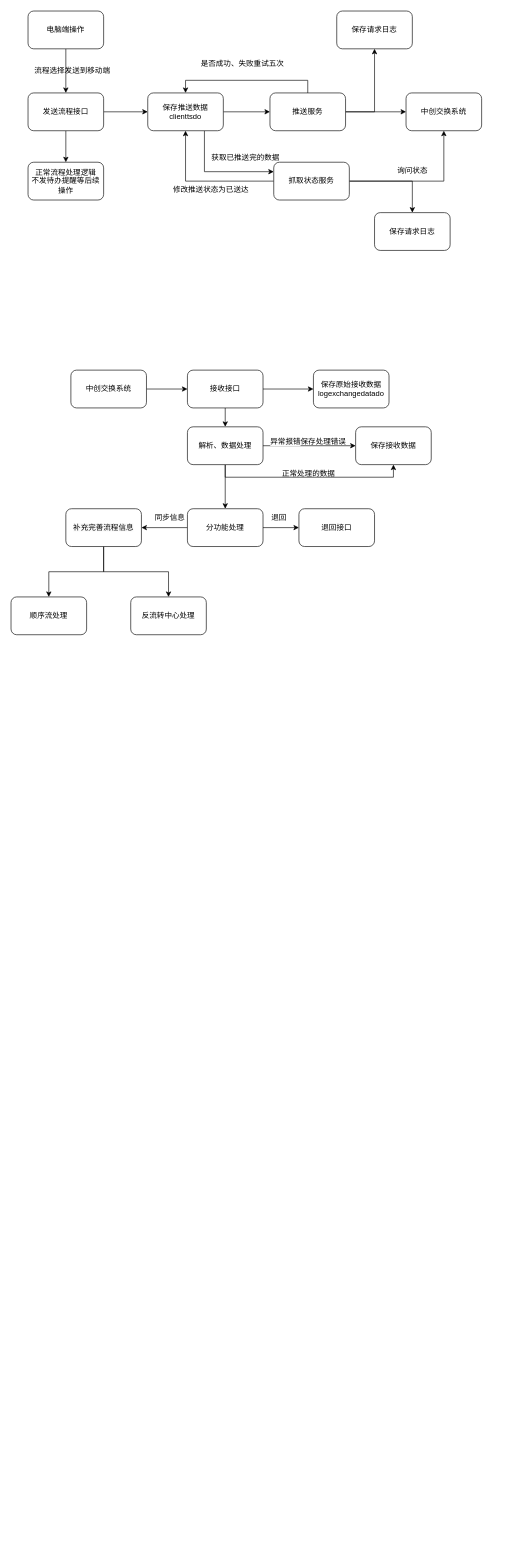
Above: 交互.drawio in LSS9/ForgettingCurve (draw.io), before the change. Source tidied: cells renumbered, new cells numbered last; positions are measured from the earlier drawing's top-left corner, leaving out a move shared by most shapes. Both pictures are drawn from the tidied source at 63%, with x=0, y=0 at pixel (11, 11).
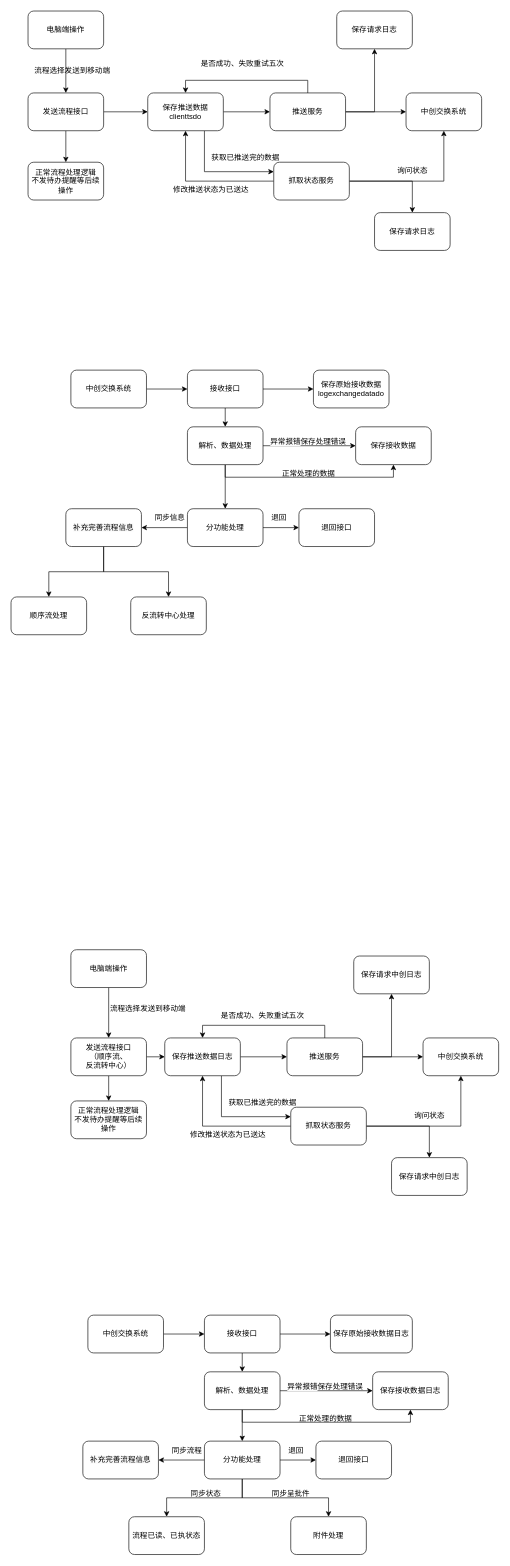
After the change.

Change to the diagram source:
```diff
@@
+    <mxCell id="51" style="edgeStyle=orthogonalEdgeStyle;rounded=0;jettySize=auto;html=1;exitX=1;exitY=0.5;exitDx=0;exitDy=0;entryX=0;entryY=0.5;entryDx=0;entryDy=0;" parent="1" edge="1" source="53" target="60">
+      <mxGeometry relative="1" as="geometry" />
+    </mxCell>
+    <mxCell id="52" style="edgeStyle=orthogonalEdgeStyle;rounded=0;jettySize=auto;html=1;exitX=0.5;exitY=1;exitDx=0;exitDy=0;entryX=0.5;entryY=0;entryDx=0;entryDy=0;" parent="1" edge="1" source="53" target="54">
+      <mxGeometry relative="1" as="geometry" />
+    </mxCell>
+    <mxCell id="53" value="发送流程接口&lt;br&gt;（顺序流、&lt;br&gt;反流转中心）" style="rounded=1;whiteSpace=wrap;html=1;" parent="1" vertex="1">
+      <mxGeometry x="95" y="1630" width="120" height="60" as="geometry" />
+    </mxCell>
+    <mxCell id="54" value="正常流程处理逻辑&lt;br&gt;不发待办提醒等后续操作" style="rounded=1;whiteSpace=wrap;html=1;" parent="1" vertex="1">
+      <mxGeometry x="95" y="1730" width="120" height="60" as="geometry" />
+    </mxCell>
+    <mxCell id="55" style="edgeStyle=orthogonalEdgeStyle;rounded=0;jettySize=auto;html=1;exitX=0.5;exitY=1;exitDx=0;exitDy=0;entryX=0.5;entryY=0;entryDx=0;entryDy=0;" parent="1" edge="1" source="56" target="53">
+      <mxGeometry relative="1" as="geometry" />
+    </mxCell>
+    <mxCell id="56" value="电脑端操作" style="rounded=1;whiteSpace=wrap;html=1;" parent="1" vertex="1">
+      <mxGeometry x="95" y="1490" width="120" height="60" as="geometry" />
+    </mxCell>
+    <mxCell id="57" value="保存原始接收数据日志" style="rounded=1;whiteSpace=wrap;html=1;" parent="1" vertex="1">
+      <mxGeometry x="507" y="2070" width="130" height="60" as="geometry" />
+    </mxCell>
+    <mxCell id="58" style="edgeStyle=orthogonalEdgeStyle;rounded=0;jettySize=auto;html=1;exitX=1;exitY=0.5;exitDx=0;exitDy=0;entryX=0;entryY=0.5;entryDx=0;entryDy=0;" parent="1" edge="1" source="60" target="64">
+      <mxGeometry relative="1" as="geometry" />
+    </mxCell>
+    <mxCell id="59" style="edgeStyle=orthogonalEdgeStyle;rounded=0;jettySize=auto;html=1;exitX=0.75;exitY=1;exitDx=0;exitDy=0;entryX=0;entryY=0.25;entryDx=0;entryDy=0;" parent="1" edge="1" source="60" target="80">
+      <mxGeometry relative="1" as="geometry" />
+    </mxCell>
+    <mxCell id="60" value="保存推送数据日志" style="rounded=1;whiteSpace=wrap;html=1;" parent="1" vertex="1">
+      <mxGeometry x="244" y="1630" width="120" height="60" as="geometry" />
+    </mxCell>
+    <mxCell id="61" style="edgeStyle=orthogonalEdgeStyle;rounded=0;jettySize=auto;html=1;exitX=1;exitY=0.5;exitDx=0;exitDy=0;entryX=0;entryY=0.5;entryDx=0;entryDy=0;" parent="1" edge="1" source="64" target="65">
+      <mxGeometry relative="1" as="geometry" />
+    </mxCell>
+    <mxCell id="62" style="edgeStyle=orthogonalEdgeStyle;rounded=0;jettySize=auto;html=1;exitX=1;exitY=0.5;exitDx=0;exitDy=0;entryX=0.5;entryY=1;entryDx=0;entryDy=0;" parent="1" edge="1" source="64" target="76">
+      <mxGeometry relative="1" as="geometry" />
+    </mxCell>
+    <mxCell id="63" style="edgeStyle=orthogonalEdgeStyle;rounded=0;jettySize=auto;html=1;exitX=0.5;exitY=0;exitDx=0;exitDy=0;entryX=0.5;entryY=0;entryDx=0;entryDy=0;" parent="1" edge="1" source="64" target="60">
+      <mxGeometry relative="1" as="geometry" />
+    </mxCell>
+    <mxCell id="64" value="推送服务" style="rounded=1;whiteSpace=wrap;html=1;" parent="1" vertex="1">
+      <mxGeometry x="438" y="1630" width="120" height="60" as="geometry" />
+    </mxCell>
+    <mxCell id="65" value="中创交换系统" style="rounded=1;whiteSpace=wrap;html=1;" parent="1" vertex="1">
+      <mxGeometry x="654" y="1630" width="120" height="60" as="geometry" />
+    </mxCell>
+    <mxCell id="66" style="edgeStyle=orthogonalEdgeStyle;rounded=0;jettySize=auto;html=1;exitX=1;exitY=0.5;exitDx=0;exitDy=0;entryX=0;entryY=0.5;entryDx=0;entryDy=0;" parent="1" edge="1" source="68" target="57">
+      <mxGeometry relative="1" as="geometry" />
+    </mxCell>
+    <mxCell id="67" style="edgeStyle=orthogonalEdgeStyle;rounded=0;jettySize=auto;html=1;exitX=0.5;exitY=1;exitDx=0;exitDy=0;entryX=0.5;entryY=0;entryDx=0;entryDy=0;" parent="1" edge="1" source="68" target="73">
+      <mxGeometry relative="1" as="geometry" />
+    </mxCell>
+    <mxCell id="68" value="接收接口" style="rounded=1;whiteSpace=wrap;html=1;" parent="1" vertex="1">
+      <mxGeometry x="307" y="2070" width="120" height="60" as="geometry" />
+    </mxCell>
+    <mxCell id="69" value="流程选择发送到移动端" style="text;html=1;align=center;verticalAlign=middle;strokeColor=none;fillColor=none;" parent="1" vertex="1">
+      <mxGeometry x="147" y="1568" width="140" height="30" as="geometry" />
+    </mxCell>
+    <mxCell id="70" style="edgeStyle=orthogonalEdgeStyle;rounded=0;jettySize=auto;html=1;exitX=1;exitY=0.5;exitDx=0;exitDy=0;" parent="1" edge="1" source="73" target="88">
+      <mxGeometry relative="1" as="geometry" />
+    </mxCell>
+    <mxCell id="71" style="edgeStyle=orthogonalEdgeStyle;rounded=0;jettySize=auto;html=1;exitX=0.5;exitY=1;exitDx=0;exitDy=0;entryX=0.5;entryY=1;entryDx=0;entryDy=0;" parent="1" edge="1" source="73" target="88">
+      <mxGeometry relative="1" as="geometry" />
+    </mxCell>
+    <mxCell id="72" style="edgeStyle=orthogonalEdgeStyle;rounded=0;jettySize=auto;html=1;exitX=0.5;exitY=1;exitDx=0;exitDy=0;" parent="1" edge="1" source="73" target="94">
+      <mxGeometry relative="1" as="geometry" />
+    </mxCell>
+    <mxCell id="73" value="解析、数据处理" style="rounded=1;whiteSpace=wrap;html=1;" parent="1" vertex="1">
+      <mxGeometry x="307" y="2160" width="120" height="60" as="geometry" />
+    </mxCell>
+    <mxCell id="74" value="&lt;span style=&quot;color: rgb(0, 0, 0); font-family: Helvetica; font-size: 12px; font-style: normal; font-variant-ligatures: normal; font-variant-caps: normal; font-weight: 400; letter-spacing: normal; orphans: 2; text-align: center; text-indent: 0px; text-transform: none; widows: 2; word-spacing: 0px; -webkit-text-stroke-width: 0px; background-color: rgb(251, 251, 251); text-decoration-thickness: initial; text-decoration-style: initial; text-decoration-color: initial; float: none; display: inline !important;&quot;&gt;异常报错&lt;/span&gt;保存处理错误" style="text;whiteSpace=wrap;html=1;" parent="1" vertex="1">
+      <mxGeometry x="437" y="2170" width="147" height="40" as="geometry" />
+    </mxCell>
+    <mxCell id="75" value="&lt;span style=&quot;color: rgb(0, 0, 0); font-family: Helvetica; font-size: 12px; font-style: normal; font-variant-ligatures: normal; font-variant-caps: normal; font-weight: 400; letter-spacing: normal; orphans: 2; text-align: center; text-indent: 0px; text-transform: none; widows: 2; word-spacing: 0px; -webkit-text-stroke-width: 0px; background-color: rgb(251, 251, 251); text-decoration-thickness: initial; text-decoration-style: initial; text-decoration-color: initial; float: none; display: inline !important;&quot;&gt;补充完善流程信息&lt;/span&gt;" style="rounded=1;whiteSpace=wrap;html=1;" parent="1" vertex="1">
+      <mxGeometry x="114" y="2270" width="120" height="60" as="geometry" />
+    </mxCell>
+    <mxCell id="76" value="保存请求中创&lt;span style=&quot;background-color: initial;&quot;&gt;日志&lt;/span&gt;" style="rounded=1;whiteSpace=wrap;html=1;" parent="1" vertex="1">
+      <mxGeometry x="544" y="1500" width="120" height="60" as="geometry" />
+    </mxCell>
+    <mxCell id="77" style="edgeStyle=orthogonalEdgeStyle;rounded=0;jettySize=auto;html=1;exitX=1;exitY=0.5;exitDx=0;exitDy=0;entryX=0.5;entryY=1;entryDx=0;entryDy=0;" parent="1" edge="1" source="80" target="65">
+      <mxGeometry relative="1" as="geometry" />
+    </mxCell>
+    <mxCell id="78" style="edgeStyle=orthogonalEdgeStyle;rounded=0;jettySize=auto;html=1;exitX=0;exitY=0.5;exitDx=0;exitDy=0;entryX=0.5;entryY=1;entryDx=0;entryDy=0;" parent="1" edge="1" source="80" target="60">
+      <mxGeometry relative="1" as="geometry" />
+    </mxCell>
+    <mxCell id="79" style="edgeStyle=orthogonalEdgeStyle;rounded=0;jettySize=auto;html=1;exitX=1;exitY=0.5;exitDx=0;exitDy=0;entryX=0.5;entryY=0;entryDx=0;entryDy=0;" parent="1" edge="1" source="80" target="87">
+      <mxGeometry relative="1" as="geometry" />
+    </mxCell>
+    <mxCell id="80" value="抓取状态服务" style="rounded=1;whiteSpace=wrap;html=1;" parent="1" vertex="1">
+      <mxGeometry x="444" y="1740" width="120" height="60" as="geometry" />
+    </mxCell>
+    <mxCell id="81" value="询问状态" style="text;html=1;align=center;verticalAlign=middle;strokeColor=none;fillColor=none;" parent="1" vertex="1">
+      <mxGeometry x="629" y="1738" width="70" height="30" as="geometry" />
+    </mxCell>
+    <mxCell id="82" value="获取已推送完的数据" style="text;html=1;align=center;verticalAlign=middle;strokeColor=none;fillColor=none;" parent="1" vertex="1">
+      <mxGeometry x="334" y="1718" width="130" height="30" as="geometry" />
+    </mxCell>
+    <mxCell id="83" value="修改推送状态为已送达" style="text;html=1;align=center;verticalAlign=middle;strokeColor=none;fillColor=none;" parent="1" vertex="1">
+      <mxGeometry x="274" y="1768" width="140" height="30" as="geometry" />
+    </mxCell>
+    <mxCell id="84" value="是否成功、失败重试五次" style="text;html=1;align=center;verticalAlign=middle;strokeColor=none;fillColor=none;" parent="1" vertex="1">
+      <mxGeometry x="319" y="1580" width="160" height="30" as="geometry" />
+    </mxCell>
+    <mxCell id="85" style="edgeStyle=orthogonalEdgeStyle;rounded=0;jettySize=auto;html=1;exitX=1;exitY=0.5;exitDx=0;exitDy=0;entryX=0;entryY=0.5;entryDx=0;entryDy=0;" parent="1" edge="1" source="86" target="68">
+      <mxGeometry relative="1" as="geometry" />
+    </mxCell>
+    <mxCell id="86" value="中创交换系统" style="rounded=1;whiteSpace=wrap;html=1;" parent="1" vertex="1">
+      <mxGeometry x="122" y="2070" width="120" height="60" as="geometry" />
+    </mxCell>
+    <mxCell id="87" value="保存请求中创日志" style="rounded=1;whiteSpace=wrap;html=1;" parent="1" vertex="1">
+      <mxGeometry x="604" y="1820" width="120" height="60" as="geometry" />
+    </mxCell>
+    <mxCell id="88" value="保存接收数据日志" style="rounded=1;whiteSpace=wrap;html=1;" parent="1" vertex="1">
+      <mxGeometry x="574" y="2160" width="120" height="60" as="geometry" />
+    </mxCell>
+    <mxCell id="89" value="正常处理的数据" style="text;html=1;align=center;verticalAlign=middle;strokeColor=none;fillColor=none;" parent="1" vertex="1">
+      <mxGeometry x="444" y="2220" width="110" height="30" as="geometry" />
+    </mxCell>
+    <mxCell id="90" style="edgeStyle=orthogonalEdgeStyle;rounded=0;jettySize=auto;html=1;exitX=0;exitY=0.5;exitDx=0;exitDy=0;entryX=1;entryY=0.5;entryDx=0;entryDy=0;" parent="1" edge="1" source="94" target="75">
+      <mxGeometry relative="1" as="geometry" />
+    </mxCell>
+    <mxCell id="91" style="edgeStyle=orthogonalEdgeStyle;rounded=0;jettySize=auto;html=1;exitX=1;exitY=0.5;exitDx=0;exitDy=0;" parent="1" edge="1" source="94" target="96">
+      <mxGeometry relative="1" as="geometry" />
+    </mxCell>
+    <mxCell id="92" style="edgeStyle=orthogonalEdgeStyle;rounded=0;jettySize=auto;html=1;exitX=0.5;exitY=1;exitDx=0;exitDy=0;entryX=0.5;entryY=0;entryDx=0;entryDy=0;" parent="1" edge="1" source="94" target="98">
+      <mxGeometry relative="1" as="geometry" />
+    </mxCell>
+    <mxCell id="93" style="edgeStyle=orthogonalEdgeStyle;rounded=0;jettySize=auto;html=1;exitX=0.5;exitY=1;exitDx=0;exitDy=0;entryX=0.5;entryY=0;entryDx=0;entryDy=0;" parent="1" edge="1" source="94" target="100">
+      <mxGeometry relative="1" as="geometry" />
+    </mxCell>
+    <mxCell id="94" value="分功能处理" style="rounded=1;whiteSpace=wrap;html=1;" parent="1" vertex="1">
+      <mxGeometry x="307" y="2270" width="120" height="60" as="geometry" />
+    </mxCell>
+    <mxCell id="95" value="同步流程" style="text;html=1;align=center;verticalAlign=middle;strokeColor=none;fillColor=none;" parent="1" vertex="1">
+      <mxGeometry x="244" y="2270" width="70" height="30" as="geometry" />
+    </mxCell>
+    <mxCell id="96" value="退回接口" style="rounded=1;whiteSpace=wrap;html=1;" parent="1" vertex="1">
+      <mxGeometry x="484" y="2270" width="120" height="60" as="geometry" />
+    </mxCell>
+    <mxCell id="97" value="退回" style="text;html=1;align=center;verticalAlign=middle;strokeColor=none;fillColor=none;" parent="1" vertex="1">
+      <mxGeometry x="427" y="2270" width="50" height="30" as="geometry" />
+    </mxCell>
+    <mxCell id="98" value="附件处理" style="rounded=1;whiteSpace=wrap;html=1;" parent="1" vertex="1">
+      <mxGeometry x="444" y="2390" width="120" height="60" as="geometry" />
+    </mxCell>
+    <mxCell id="99" value="同步呈批件" style="text;html=1;align=center;verticalAlign=middle;strokeColor=none;fillColor=none;" parent="1" vertex="1">
+      <mxGeometry x="404" y="2338" width="80" height="30" as="geometry" />
+    </mxCell>
+    <mxCell id="100" value="流程已读、已执状态" style="rounded=1;whiteSpace=wrap;html=1;" parent="1" vertex="1">
+      <mxGeometry x="187" y="2390" width="120" height="60" as="geometry" />
+    </mxCell>
+    <mxCell id="101" value="同步状态" style="text;html=1;align=center;verticalAlign=middle;strokeColor=none;fillColor=none;" parent="1" vertex="1">
+      <mxGeometry x="274" y="2338" width="70" height="30" as="geometry" />
+    </mxCell>
```
